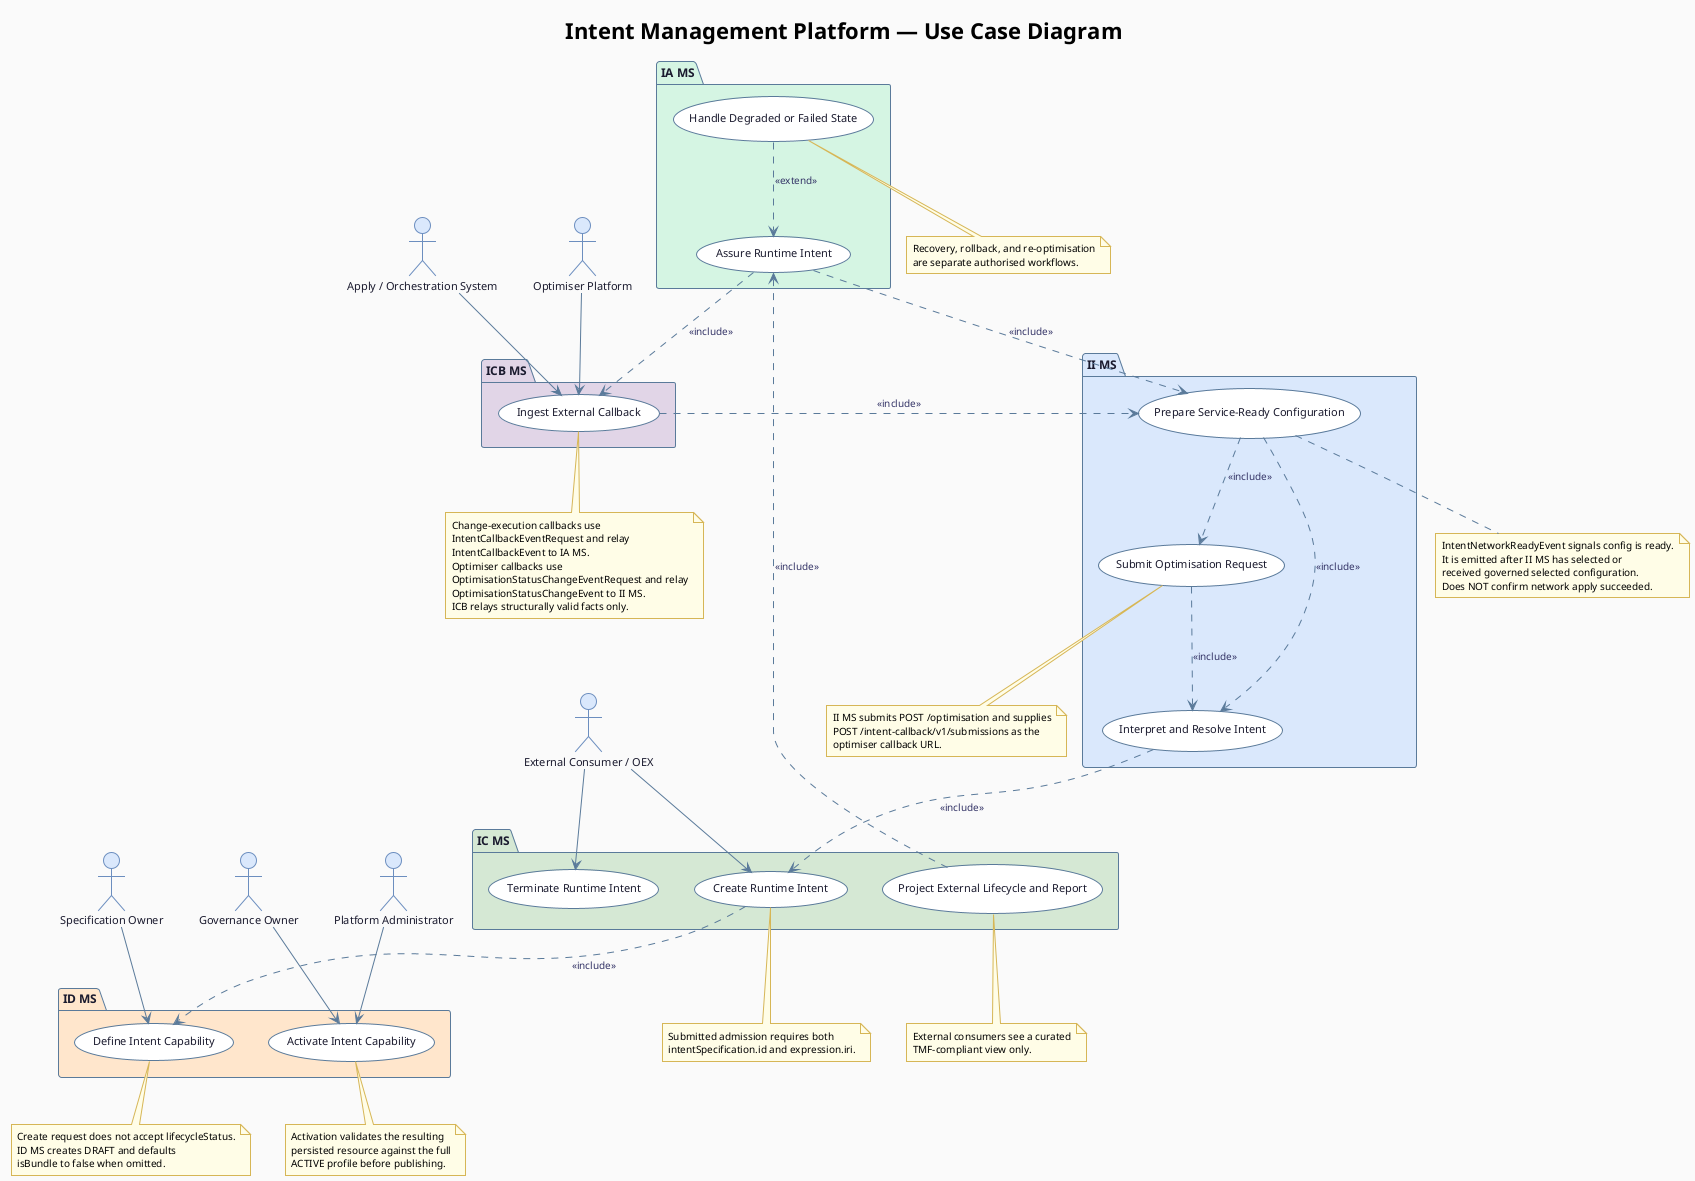
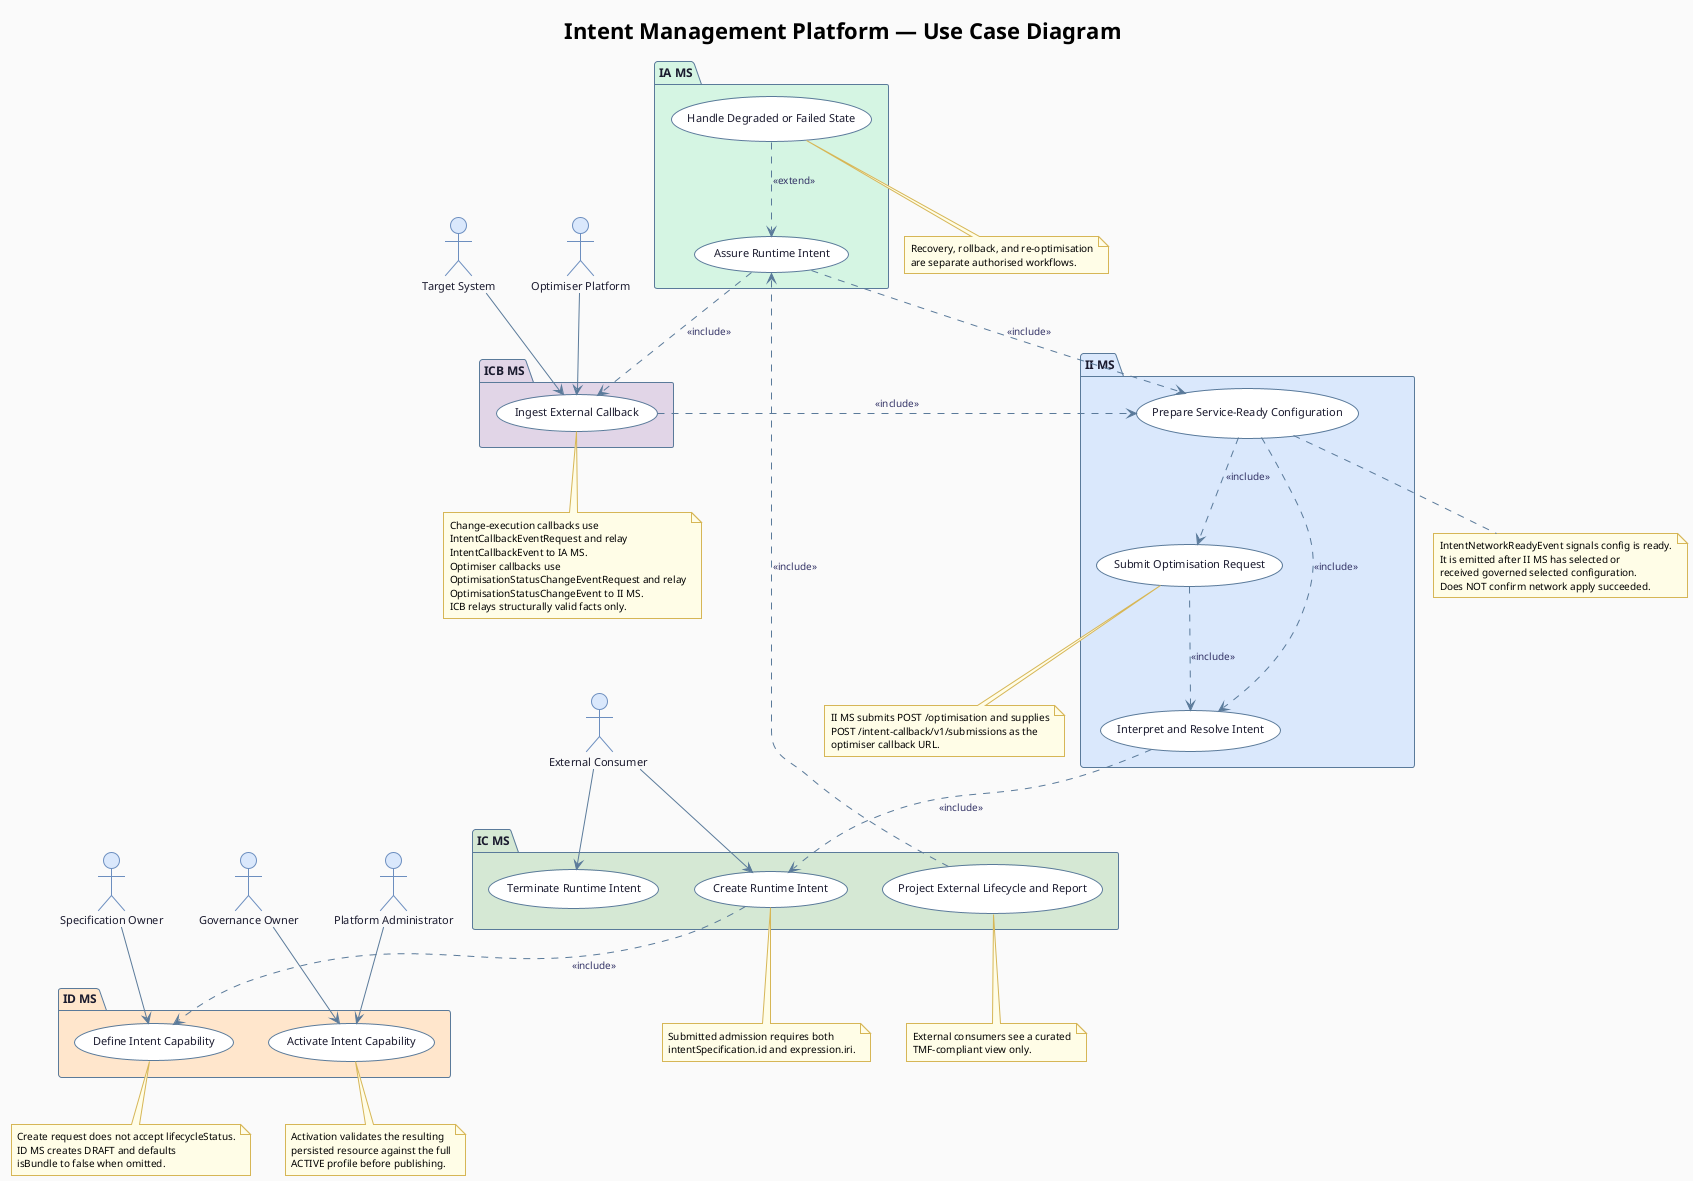
@startuml
!theme plain
skinparam backgroundColor #FAFAFA
skinparam shadowing false

skinparam usecase {
  BackgroundColor #FFFFFF
  BorderColor #5a7a9a
  FontSize 11
  FontColor #1a1a2e
  ArrowColor #5a7a9a
  ArrowFontSize 10
  ArrowFontColor #333366
}

skinparam actor {
  BackgroundColor #dae8fc
  BorderColor #6c8ebf
  FontSize 11
  FontColor #1a1a2e
}

skinparam package {
  BackgroundColor #f0f4f8
  BorderColor #5a7a9a
  FontSize 12
  FontColor #1a1a2e
}

skinparam note {
  BackgroundColor #fffde7
  BorderColor #d6b656
  FontSize 10
}

title <b>Intent Management Platform — Use Case Diagram</b>

actor "Specification Owner" as SpecOwner
actor "Governance Owner" as GovActor
- actor "External Consumer / OEX" as Consumer
- actor "Apply / Orchestration System" as ApplySystem
+ actor "External Consumer " as Consumer
+ actor "Target System" as ApplySystem
actor "Optimiser Platform" as Optimiser
actor "Platform Administrator" as Admin

package "ID MS" #ffe6cc {
  usecase "Define Intent Capability" as UC_Define
  usecase "Activate Intent Capability" as UC_Activate
}

package "IC MS" #d5e8d4 {
  usecase "Create Runtime Intent" as UC_Create
  usecase "Terminate Runtime Intent" as UC_Terminate
  usecase "Project External Lifecycle and Report" as UC_Project
}

package "II MS" #dae8fc {
  usecase "Interpret and Resolve Intent" as UC_Interpret
  usecase "Prepare Service-Ready Configuration" as UC_Prepare
  usecase "Submit Optimisation Request" as UC_Optimise
}

package "ICB MS" #e1d5e7 {
  usecase "Ingest External Callback" as UC_Callback
}

package "IA MS" #d5f5e3 {
  usecase "Assure Runtime Intent" as UC_Assure
  usecase "Handle Degraded or Failed State" as UC_Degrade
}

SpecOwner   --> UC_Define
GovActor    --> UC_Activate
Admin       --> UC_Activate
Consumer    --> UC_Create
Consumer    --> UC_Terminate
ApplySystem --> UC_Callback
Optimiser   --> UC_Callback

UC_Create    ..> UC_Define    : <<include>>
UC_Interpret ..> UC_Create    : <<include>>
UC_Prepare   ..> UC_Interpret : <<include>>
UC_Optimise  ..> UC_Interpret : <<include>>
UC_Prepare   ..> UC_Optimise  : <<include>>
UC_Callback  ..> UC_Prepare   : <<include>>
UC_Assure    ..> UC_Prepare   : <<include>>
UC_Assure    ..> UC_Callback  : <<include>>
UC_Project   ..> UC_Assure    : <<include>>
UC_Degrade   ..> UC_Assure    : <<extend>>

note bottom of UC_Define
  Create request does not accept lifecycleStatus.
  ID MS creates DRAFT and defaults
  isBundle to false when omitted.
end note

note bottom of UC_Activate
  Activation validates the resulting
  persisted resource against the full
  ACTIVE profile before publishing.
end note

note bottom of UC_Create
  Submitted admission requires both
  intentSpecification.id and expression.iri.
end note

note bottom of UC_Prepare
  IntentNetworkReadyEvent signals config is ready.
  It is emitted after II MS has selected or
  received governed selected configuration.
  Does NOT confirm network apply succeeded.
end note

note bottom of UC_Optimise
  II MS submits POST /optimisation and supplies
  POST /intent-callback/v1/submissions as the
  optimiser callback URL.
end note

note bottom of UC_Callback
  Change-execution callbacks use
  IntentCallbackEventRequest and relay
  IntentCallbackEvent to IA MS.
  Optimiser callbacks use
  OptimisationStatusChangeEventRequest and relay
  OptimisationStatusChangeEvent to II MS.
  ICB relays structurally valid facts only.
end note

note bottom of UC_Project
  External consumers see a curated
  TMF-compliant view only.
end note

note bottom of UC_Degrade
  Recovery, rollback, and re-optimisation
  are separate authorised workflows.
end note

@enduml